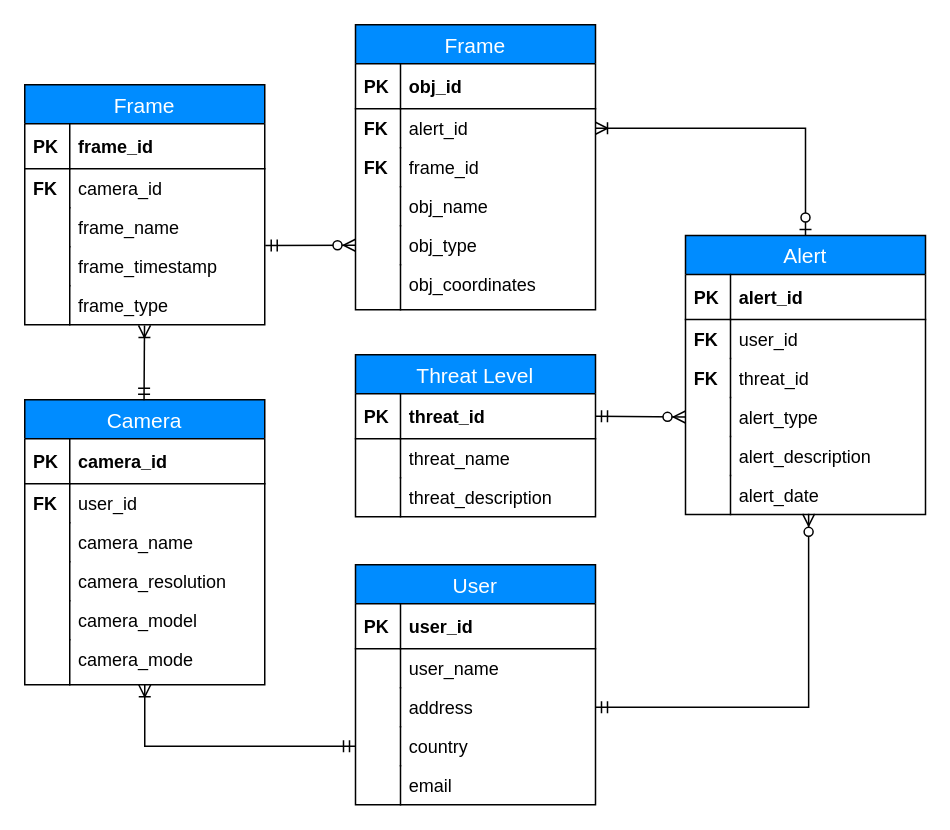
This is page "logic_model" (2 of 2) of 3. Design/7. Database/Database_Design.drawio from esrg-silent-howl/argos, a draw.io file, before an edit. Source tidied: cells renumbered, new cells numbered last; positions are measured from the earlier drawing's top-left corner, leaving out a move shared by most shapes. Both pictures are drawn from the tidied source at 150%, with x=0, y=0 at pixel (24, 24).
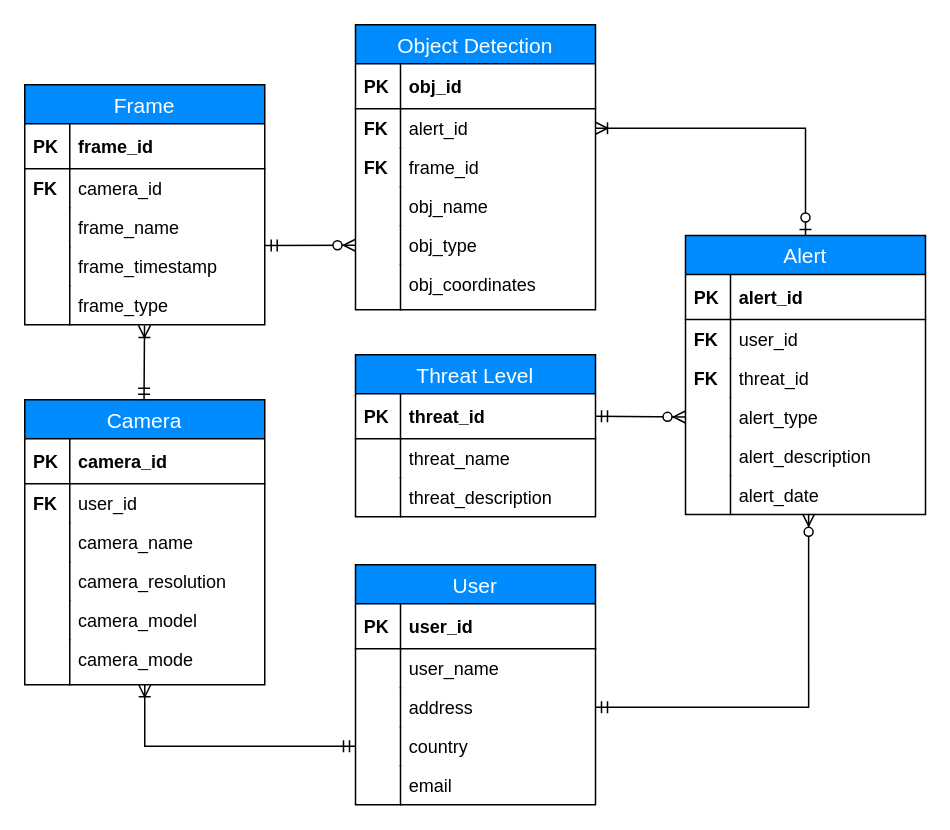
The same page after the edit.

Change to the diagram source:
```diff
@@
-    <mxCell id="13" value="Frame" style="swimlane;fontStyle=0;horizontal=1;startSize=26;fillColor=#008CFF;swimlaneFillColor=#ffffff;align=center;fontSize=14;fontColor=#FFFFFF;" parent="1" vertex="1">
+    <mxCell id="13" value="Object Detection" style="swimlane;fontStyle=0;horizontal=1;startSize=26;fillColor=#008CFF;swimlaneFillColor=#ffffff;align=center;fontSize=14;fontColor=#FFFFFF;" parent="1" vertex="1">
       <mxGeometry x="220.5" width="160" height="190" as="geometry" />
     </mxCell>
```
